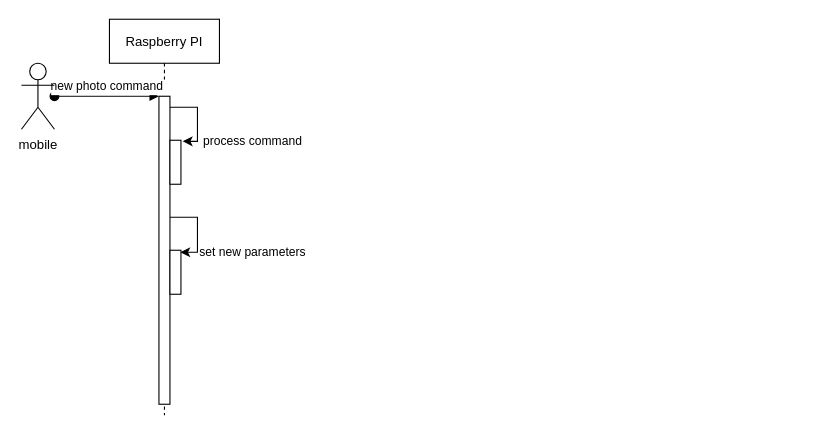
Above: Diagrams/sequential diagram5.drawio in rafaelandrepedro/embebidos2122 (draw.io), before the change. Source tidied: cells renumbered, new cells numbered last; positions are measured from the earlier drawing's top-left corner, leaving out a move shared by most shapes. Both pictures are drawn from the tidied source at 110%, with x=0, y=0 at pixel (21, 19).
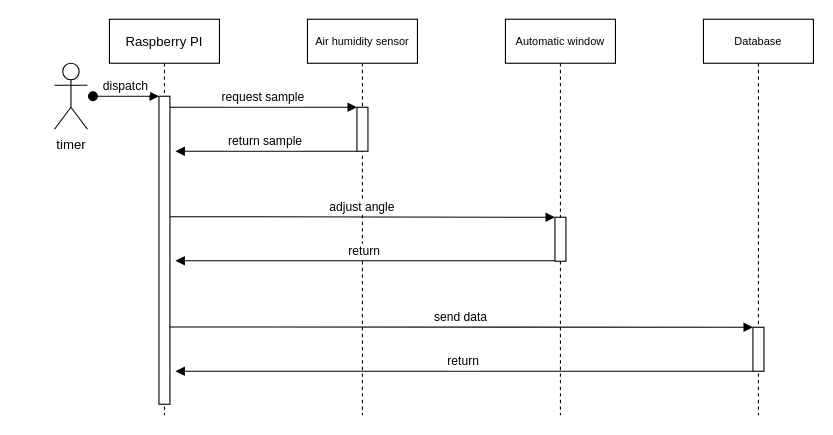
The same diagram, later.

Unchanged cells that the change refers to:
```xml
<mxCell id="2" value="Raspberry PI" style="shape=umlLifeline;perimeter=lifelinePerimeter;rounded=0;shadow=0;strokeWidth=1;" parent="1" vertex="1">
  <mxGeometry x="80" width="100" height="360" as="geometry" />
</mxCell>
```

What changed in the source:
```diff
@@
-    <mxCell id="3" value="new photo command" style="verticalAlign=bottom;startArrow=oval;endArrow=block;startSize=8;shadow=0;strokeWidth=1;" parent="2" edge="1" target="6">
+    <mxCell id="3" value="dispatch" style="verticalAlign=bottom;startArrow=oval;endArrow=block;startSize=8;shadow=0;strokeWidth=1;" parent="2" edge="1" target="6">
       <mxGeometry relative="1" as="geometry">
-        <mxPoint x="-50" y="70" as="sourcePoint" />
+        <mxPoint x="-15" y="70" as="sourcePoint" />
       </mxGeometry>
     </mxCell>
+    <mxCell id="6" style="points=[];perimeter=orthogonalPerimeter;rounded=0;shadow=0;strokeWidth=1;" parent="2" vertex="1">
+      <mxGeometry x="45" y="70" width="10" height="280" as="geometry" />
+    </mxCell>
+    <mxCell id="10" value="Air humidity sensor" style="shape=umlLifeline;perimeter=lifelinePerimeter;rounded=0;shadow=0;strokeWidth=1;fontSize=10;" parent="1" vertex="1">
+      <mxGeometry x="260" width="100" height="360" as="geometry" />
+    </mxCell>
+    <mxCell id="7" style="points=[];perimeter=orthogonalPerimeter;rounded=0;shadow=0;strokeWidth=1;" parent="10" vertex="1">
+      <mxGeometry x="45" y="80" width="10" height="40" as="geometry" />
+    </mxCell>
+    <mxCell id="11" value="adjust angle" style="verticalAlign=bottom;endArrow=block;entryX=0;entryY=0;shadow=0;strokeWidth=1;" parent="10" edge="1" target="15">
+      <mxGeometry relative="1" as="geometry">
+        <mxPoint x="-125" y="179.5" as="sourcePoint" />
+      </mxGeometry>
+    </mxCell>
+    <mxCell id="12" value="return" style="verticalAlign=bottom;endArrow=block;entryX=1;entryY=0;shadow=0;strokeWidth=1;" parent="10" edge="1" source="15">
+      <mxGeometry relative="1" as="geometry">
+        <mxPoint x="-120" y="219.5" as="targetPoint" />
+      </mxGeometry>
+    </mxCell>
-    <mxCell id="4" value="process command" style="edgeStyle=orthogonalEdgeStyle;rounded=0;jettySize=auto;html=1;entryX=1.16;entryY=0.025;entryDx=0;entryDy=0;entryPerimeter=0;horizontal=1;" parent="2" edge="1" source="6" target="7">
-      <mxGeometry x="0.61" y="-50" relative="1" as="geometry">
-        <Array as="points">
-          <mxPoint x="80" y="80" />
-          <mxPoint x="80" y="111" />
-        </Array>
-        <mxPoint x="50" y="50" as="offset" />
-      </mxGeometry>
+    <mxCell id="4" value="request sample" style="verticalAlign=bottom;endArrow=block;entryX=0;entryY=0;shadow=0;strokeWidth=1;" parent="1" edge="1" source="6" target="7">
+      <mxGeometry relative="1" as="geometry" />
     </mxCell>
-    <mxCell id="5" value="set new parameters" style="edgeStyle=orthogonalEdgeStyle;rounded=0;jettySize=auto;html=1;entryX=0.94;entryY=0.045;entryDx=0;entryDy=0;entryPerimeter=0;" parent="2" edge="1" source="6" target="8">
-      <mxGeometry x="0.57" y="-50" relative="1" as="geometry">
-        <Array as="points">
-          <mxPoint x="80" y="180" />
-          <mxPoint x="80" y="212" />
-        </Array>
-        <mxPoint x="50" y="50" as="offset" />
-      </mxGeometry>
-    </mxCell>
-    <mxCell id="6" style="points=[];perimeter=orthogonalPerimeter;rounded=0;shadow=0;strokeWidth=1;" parent="2" vertex="1">
-      <mxGeometry x="45" y="70" width="10" height="280" as="geometry" />
-    </mxCell>
-    <mxCell id="7" style="points=[];perimeter=orthogonalPerimeter;rounded=0;shadow=0;strokeWidth=1;" parent="2" vertex="1">
-      <mxGeometry x="55" y="110" width="10" height="40" as="geometry" />
-    </mxCell>
-    <mxCell id="8" style="points=[];perimeter=orthogonalPerimeter;rounded=0;shadow=0;strokeWidth=1;" parent="2" vertex="1">
-      <mxGeometry x="55" y="210" width="10" height="40" as="geometry" />
-    </mxCell>
+    <mxCell id="13" value="return sample" style="verticalAlign=bottom;endArrow=block;entryX=1;entryY=0;shadow=0;strokeWidth=1;" parent="1" edge="1" source="7">
+      <mxGeometry relative="1" as="geometry">
+        <mxPoint x="140" y="120" as="targetPoint" />
+      </mxGeometry>
+    </mxCell>
-    <mxCell id="9" value="mobile" style="shape=umlActor;verticalLabelPosition=bottom;verticalAlign=top;html=1;" parent="1" vertex="1">
-      <mxGeometry y="40" width="30" height="60" as="geometry" />
+    <mxCell id="9" value="timer" style="shape=umlActor;verticalLabelPosition=bottom;verticalAlign=top;html=1;" parent="1" vertex="1">
+      <mxGeometry x="30" y="40" width="30" height="60" as="geometry" />
     </mxCell>
+    <mxCell id="14" value="Automatic window" style="shape=umlLifeline;perimeter=lifelinePerimeter;rounded=0;shadow=0;strokeWidth=1;fontSize=10;" parent="1" vertex="1">
+      <mxGeometry x="440" width="100" height="360" as="geometry" />
+    </mxCell>
+    <mxCell id="15" style="points=[];perimeter=orthogonalPerimeter;rounded=0;shadow=0;strokeWidth=1;" parent="14" vertex="1">
+      <mxGeometry x="45" y="180" width="10" height="40" as="geometry" />
+    </mxCell>
+    <mxCell id="16" value="Database" style="shape=umlLifeline;perimeter=lifelinePerimeter;rounded=0;shadow=0;strokeWidth=1;fontSize=10;" parent="1" vertex="1">
+      <mxGeometry x="620" width="100" height="360" as="geometry" />
+    </mxCell>
+    <mxCell id="17" style="points=[];perimeter=orthogonalPerimeter;rounded=0;shadow=0;strokeWidth=1;" parent="16" vertex="1">
+      <mxGeometry x="45" y="280" width="10" height="40" as="geometry" />
+    </mxCell>
+    <mxCell id="18" value="send data" style="verticalAlign=bottom;endArrow=block;entryX=0;entryY=0;shadow=0;strokeWidth=1;exitX=0.967;exitY=0.749;exitDx=0;exitDy=0;exitPerimeter=0;" parent="1" edge="1" source="6" target="17">
+      <mxGeometry relative="1" as="geometry" />
+    </mxCell>
+    <mxCell id="19" value="return" style="verticalAlign=bottom;endArrow=block;shadow=0;strokeWidth=1;" parent="1" edge="1" source="17">
+      <mxGeometry relative="1" as="geometry">
+        <mxPoint x="140" y="320" as="targetPoint" />
+      </mxGeometry>
+    </mxCell>
```
